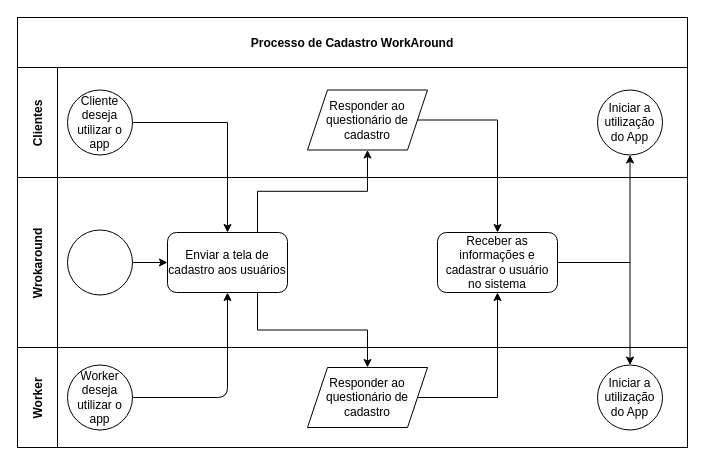
Above: flowchart/Fluxograma.drawio in vichelly/WorkAround_B2C (draw.io), before the change. Source tidied: cells renumbered, new cells numbered last; positions are measured from the earlier drawing's top-left corner, leaving out a move shared by most shapes. Both pictures are drawn from the tidied source at 100%, with x=0, y=0 at pixel (17, 17).
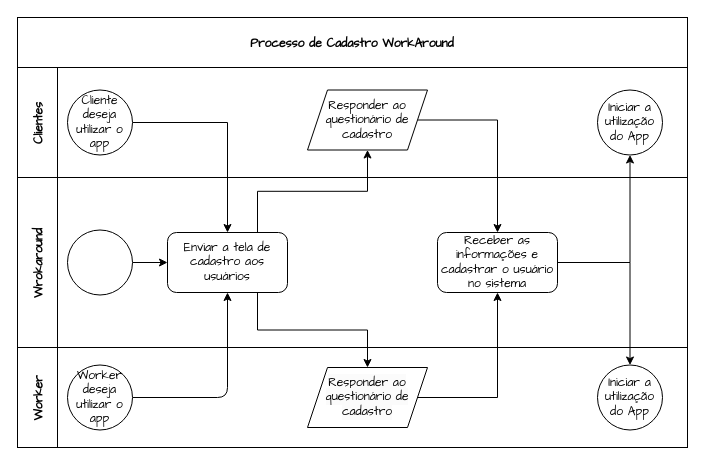
The same page after the edit.

What changed in the source:
```diff
@@
-    <mxCell id="2" style="rounded=0;whiteSpace=wrap;html=1;fillColor=none;" parent="1" vertex="1">
+    <mxCell id="2" style="rounded=0;whiteSpace=wrap;html=1;fillColor=none;fontFamily=Comic Sans MS;" parent="1" vertex="1">
       <mxGeometry y="330" width="670" height="100" as="geometry" />
     </mxCell>
-    <mxCell id="3" value="Worker" style="rounded=0;fillColor=none;fontStyle=1;direction=west;horizontal=0;" parent="1" vertex="1">
+    <mxCell id="3" value="Worker" style="rounded=0;fillColor=none;fontStyle=1;direction=west;horizontal=0;fontFamily=Comic Sans MS;" parent="1" vertex="1">
       <mxGeometry y="330" width="40" height="100" as="geometry" />
     </mxCell>
-    <mxCell id="4" style="rounded=0;whiteSpace=wrap;html=1;fillColor=none;" parent="1" vertex="1">
+    <mxCell id="4" style="rounded=0;whiteSpace=wrap;html=1;fillColor=none;fontFamily=Comic Sans MS;" parent="1" vertex="1">
       <mxGeometry y="160" width="670" height="170" as="geometry" />
     </mxCell>
-    <mxCell id="5" value="Wrokaround" style="rounded=0;fillColor=none;fontStyle=1;direction=west;horizontal=0;" parent="1" vertex="1">
+    <mxCell id="5" value="Wrokaround" style="rounded=0;fillColor=none;fontStyle=1;direction=west;horizontal=0;fontFamily=Comic Sans MS;" parent="1" vertex="1">
       <mxGeometry y="160" width="40" height="170" as="geometry" />
     </mxCell>
-    <mxCell id="6" style="rounded=0;whiteSpace=wrap;html=1;fillColor=none;" parent="1" vertex="1">
+    <mxCell id="6" style="rounded=0;whiteSpace=wrap;html=1;fillColor=none;fontFamily=Comic Sans MS;" parent="1" vertex="1">
       <mxGeometry y="50" width="670" height="110" as="geometry" />
     </mxCell>
-    <mxCell id="7" value="Clientes" style="rounded=0;fillColor=none;fontStyle=1;direction=west;horizontal=0;" parent="1" vertex="1">
+    <mxCell id="7" value="Clientes" style="rounded=0;fillColor=none;fontStyle=1;direction=west;horizontal=0;fontFamily=Comic Sans MS;" parent="1" vertex="1">
       <mxGeometry y="50" width="40" height="110" as="geometry" />
     </mxCell>
-    <mxCell id="8" value="Processo de Cadastro WorkAround" style="rounded=0;fillColor=none;fontStyle=1;" parent="1" vertex="1">
+    <mxCell id="8" value="Processo de Cadastro WorkAround" style="rounded=0;fillColor=none;fontStyle=1;fontFamily=Comic Sans MS;" parent="1" vertex="1">
       <mxGeometry width="670" height="50" as="geometry" />
     </mxCell>
-    <mxCell id="9" style="edgeStyle=orthogonalEdgeStyle;rounded=1;jettySize=auto;html=1;entryX=0.5;entryY=1;entryDx=0;entryDy=0;curved=0;" parent="1" edge="1" source="10" target="15">
+    <mxCell id="9" style="edgeStyle=orthogonalEdgeStyle;rounded=1;jettySize=auto;html=1;entryX=0.5;entryY=1;entryDx=0;entryDy=0;curved=0;fontFamily=Comic Sans MS;" parent="1" edge="1" source="10" target="15">
       <mxGeometry relative="1" as="geometry" />
     </mxCell>
-    <mxCell id="10" value="Worker deseja utilizar o app" style="ellipse;whiteSpace=wrap;html=1;" parent="1" vertex="1">
+    <mxCell id="10" value="Worker deseja utilizar o app" style="ellipse;whiteSpace=wrap;html=1;fontFamily=Comic Sans MS;" parent="1" vertex="1">
       <mxGeometry x="50" y="347.5" width="65" height="65" as="geometry" />
     </mxCell>
-    <mxCell id="11" style="edgeStyle=orthogonalEdgeStyle;rounded=0;jettySize=auto;html=1;entryX=0;entryY=0.5;entryDx=0;entryDy=0;" parent="1" edge="1" source="12" target="15">
+    <mxCell id="11" style="edgeStyle=orthogonalEdgeStyle;rounded=0;jettySize=auto;html=1;entryX=0;entryY=0.5;entryDx=0;entryDy=0;fontFamily=Comic Sans MS;" parent="1" edge="1" source="12" target="15">
       <mxGeometry relative="1" as="geometry" />
     </mxCell>
-    <mxCell id="12" style="ellipse;whiteSpace=wrap;html=1;" parent="1" vertex="1">
+    <mxCell id="12" style="ellipse;whiteSpace=wrap;html=1;fontFamily=Comic Sans MS;" parent="1" vertex="1">
       <mxGeometry x="50" y="212.5" width="65" height="65" as="geometry" />
     </mxCell>
-    <mxCell id="13" style="edgeStyle=orthogonalEdgeStyle;rounded=0;jettySize=auto;html=1;exitX=0.75;exitY=0;exitDx=0;exitDy=0;entryX=0.5;entryY=1;entryDx=0;entryDy=0;" parent="1" edge="1" source="15" target="25">
+    <mxCell id="13" style="edgeStyle=orthogonalEdgeStyle;rounded=0;jettySize=auto;html=1;exitX=0.75;exitY=0;exitDx=0;exitDy=0;entryX=0.5;entryY=1;entryDx=0;entryDy=0;fontFamily=Comic Sans MS;" parent="1" edge="1" source="15" target="25">
       <mxGeometry relative="1" as="geometry" />
     </mxCell>
-    <mxCell id="14" style="edgeStyle=orthogonalEdgeStyle;rounded=0;jettySize=auto;html=1;exitX=0.75;exitY=1;exitDx=0;exitDy=0;entryX=0.5;entryY=0;entryDx=0;entryDy=0;" parent="1" edge="1" source="15" target="19">
+    <mxCell id="14" style="edgeStyle=orthogonalEdgeStyle;rounded=0;jettySize=auto;html=1;exitX=0.75;exitY=1;exitDx=0;exitDy=0;entryX=0.5;entryY=0;entryDx=0;entryDy=0;fontFamily=Comic Sans MS;" parent="1" edge="1" source="15" target="19">
       <mxGeometry relative="1" as="geometry" />
     </mxCell>
-    <mxCell id="15" value="Enviar a tela de cadastro aos usuários" style="rounded=1;whiteSpace=wrap;html=1;" parent="1" vertex="1">
+    <mxCell id="15" value="Enviar a tela de cadastro aos usuários" style="rounded=1;whiteSpace=wrap;html=1;fontFamily=Comic Sans MS;" parent="1" vertex="1">
       <mxGeometry x="150" y="215" width="120" height="60" as="geometry" />
     </mxCell>
-    <mxCell id="16" style="edgeStyle=orthogonalEdgeStyle;rounded=0;jettySize=auto;html=1;exitX=1;exitY=0.5;exitDx=0;exitDy=0;entryX=0.5;entryY=0;entryDx=0;entryDy=0;" parent="1" edge="1" source="17" target="15">
+    <mxCell id="16" style="edgeStyle=orthogonalEdgeStyle;rounded=0;jettySize=auto;html=1;exitX=1;exitY=0.5;exitDx=0;exitDy=0;entryX=0.5;entryY=0;entryDx=0;entryDy=0;fontFamily=Comic Sans MS;" parent="1" edge="1" source="17" target="15">
       <mxGeometry relative="1" as="geometry" />
     </mxCell>
-    <mxCell id="17" value="Cliente deseja utilizar o app" style="ellipse;whiteSpace=wrap;html=1;" parent="1" vertex="1">
+    <mxCell id="17" value="Cliente deseja utilizar o app" style="ellipse;whiteSpace=wrap;html=1;fontFamily=Comic Sans MS;" parent="1" vertex="1">
       <mxGeometry x="50" y="72.5" width="65" height="65" as="geometry" />
     </mxCell>
-    <mxCell id="18" style="edgeStyle=orthogonalEdgeStyle;rounded=0;jettySize=auto;html=1;exitX=1;exitY=0.5;exitDx=0;exitDy=0;entryX=0.5;entryY=0;entryDx=0;entryDy=0;" parent="1" edge="1" source="25" target="22">
+    <mxCell id="18" style="edgeStyle=orthogonalEdgeStyle;rounded=0;jettySize=auto;html=1;exitX=1;exitY=0.5;exitDx=0;exitDy=0;entryX=0.5;entryY=0;entryDx=0;entryDy=0;fontFamily=Comic Sans MS;" parent="1" edge="1" source="25" target="22">
       <mxGeometry relative="1" as="geometry">
         <Array as="points">
           <mxPoint x="480" y="103" />
         </Array>
       </mxGeometry>
     </mxCell>
-    <mxCell id="19" value="&lt;br&gt;&lt;span style=&quot;color: rgb(0, 0, 0); font-family: Helvetica; font-size: 12px; font-style: normal; font-variant-ligatures: normal; font-variant-caps: normal; font-weight: 400; letter-spacing: normal; orphans: 2; text-indent: 0px; text-transform: none; widows: 2; word-spacing: 0px; -webkit-text-stroke-width: 0px; white-space: normal; background-color: rgb(251, 251, 251); text-decoration-thickness: initial; text-decoration-style: initial; text-decoration-color: initial; float: none; display: inline !important;&quot;&gt;Responder ao questionário de cadastro&lt;/span&gt;&lt;div&gt;&lt;br&gt;&lt;/div&gt;" style="shape=parallelogram;perimeter=parallelogramPerimeter;whiteSpace=wrap;html=1;fixedSize=1;align=center;" parent="1" vertex="1">
+    <mxCell id="19" value="&lt;br&gt;&lt;span style=&quot;color: rgb(0, 0, 0); font-size: 12px; font-style: normal; font-variant-ligatures: normal; font-variant-caps: normal; font-weight: 400; letter-spacing: normal; orphans: 2; text-indent: 0px; text-transform: none; widows: 2; word-spacing: 0px; -webkit-text-stroke-width: 0px; white-space: normal; background-color: rgb(251, 251, 251); text-decoration-thickness: initial; text-decoration-style: initial; text-decoration-color: initial; float: none; display: inline !important;&quot;&gt;Responder ao questionário de cadastro&lt;/span&gt;&lt;div&gt;&lt;br&gt;&lt;/div&gt;" style="shape=parallelogram;perimeter=parallelogramPerimeter;whiteSpace=wrap;html=1;fixedSize=1;align=center;fontFamily=Comic Sans MS;" parent="1" vertex="1">
       <mxGeometry x="290" y="350" width="120" height="60" as="geometry" />
     </mxCell>
-    <mxCell id="20" style="edgeStyle=orthogonalEdgeStyle;rounded=0;jettySize=auto;html=1;entryX=0.5;entryY=1;entryDx=0;entryDy=0;" parent="1" edge="1" source="22" target="26">
+    <mxCell id="20" style="edgeStyle=orthogonalEdgeStyle;rounded=0;jettySize=auto;html=1;entryX=0.5;entryY=1;entryDx=0;entryDy=0;fontFamily=Comic Sans MS;" parent="1" edge="1" source="22" target="26">
       <mxGeometry relative="1" as="geometry" />
     </mxCell>
-    <mxCell id="21" style="edgeStyle=orthogonalEdgeStyle;rounded=0;jettySize=auto;html=1;entryX=0.5;entryY=0;entryDx=0;entryDy=0;" parent="1" edge="1" source="22" target="27">
+    <mxCell id="21" style="edgeStyle=orthogonalEdgeStyle;rounded=0;jettySize=auto;html=1;entryX=0.5;entryY=0;entryDx=0;entryDy=0;fontFamily=Comic Sans MS;" parent="1" edge="1" source="22" target="27">
       <mxGeometry relative="1" as="geometry" />
     </mxCell>
-    <mxCell id="22" value="Receber as informações e cadastrar o usuário no sistema" style="rounded=1;whiteSpace=wrap;html=1;" parent="1" vertex="1">
+    <mxCell id="22" value="Receber as informações e cadastrar o usuário no sistema" style="rounded=1;whiteSpace=wrap;html=1;fontFamily=Comic Sans MS;" parent="1" vertex="1">
       <mxGeometry x="420" y="215" width="120" height="60" as="geometry" />
     </mxCell>
-    <mxCell id="23" style="edgeStyle=orthogonalEdgeStyle;rounded=0;jettySize=auto;html=1;exitX=1;exitY=0.5;exitDx=0;exitDy=0;entryX=0.5;entryY=1;entryDx=0;entryDy=0;" parent="1" edge="1" source="19" target="22">
+    <mxCell id="23" style="edgeStyle=orthogonalEdgeStyle;rounded=0;jettySize=auto;html=1;exitX=1;exitY=0.5;exitDx=0;exitDy=0;entryX=0.5;entryY=1;entryDx=0;entryDy=0;fontFamily=Comic Sans MS;" parent="1" edge="1" source="19" target="22">
       <mxGeometry relative="1" as="geometry" />
     </mxCell>
-    <mxCell id="24" style="edgeStyle=orthogonalEdgeStyle;rounded=0;jettySize=auto;html=1;exitX=1;exitY=0.5;exitDx=0;exitDy=0;entryX=0.5;entryY=0;entryDx=0;entryDy=0;" parent="1" edge="1" target="25">
+    <mxCell id="24" style="edgeStyle=orthogonalEdgeStyle;rounded=0;jettySize=auto;html=1;exitX=1;exitY=0.5;exitDx=0;exitDy=0;entryX=0.5;entryY=0;entryDx=0;entryDy=0;fontFamily=Comic Sans MS;" parent="1" edge="1" target="25">
       <mxGeometry relative="1" as="geometry">
         <mxPoint x="350" y="102.5" as="sourcePoint" />
       </mxGeometry>
     </mxCell>
-    <mxCell id="25" value="Responder ao questionário de cadastro" style="shape=parallelogram;perimeter=parallelogramPerimeter;whiteSpace=wrap;html=1;fixedSize=1;" parent="1" vertex="1">
+    <mxCell id="25" value="Responder ao questionário de cadastro" style="shape=parallelogram;perimeter=parallelogramPerimeter;whiteSpace=wrap;html=1;fixedSize=1;fontFamily=Comic Sans MS;" parent="1" vertex="1">
       <mxGeometry x="290" y="72.5" width="120" height="60" as="geometry" />
     </mxCell>
-    <mxCell id="26" value="Iniciar a utilização do App" style="ellipse;whiteSpace=wrap;html=1;" parent="1" vertex="1">
+    <mxCell id="26" value="Iniciar a utilização do App" style="ellipse;whiteSpace=wrap;html=1;fontFamily=Comic Sans MS;" parent="1" vertex="1">
       <mxGeometry x="580" y="72.5" width="65" height="65" as="geometry" />
     </mxCell>
-    <mxCell id="27" value="Iniciar a utilização do App" style="ellipse;whiteSpace=wrap;html=1;" parent="1" vertex="1">
+    <mxCell id="27" value="Iniciar a utilização do App" style="ellipse;whiteSpace=wrap;html=1;fontFamily=Comic Sans MS;" parent="1" vertex="1">
       <mxGeometry x="580" y="347.5" width="65" height="65" as="geometry" />
     </mxCell>
```
